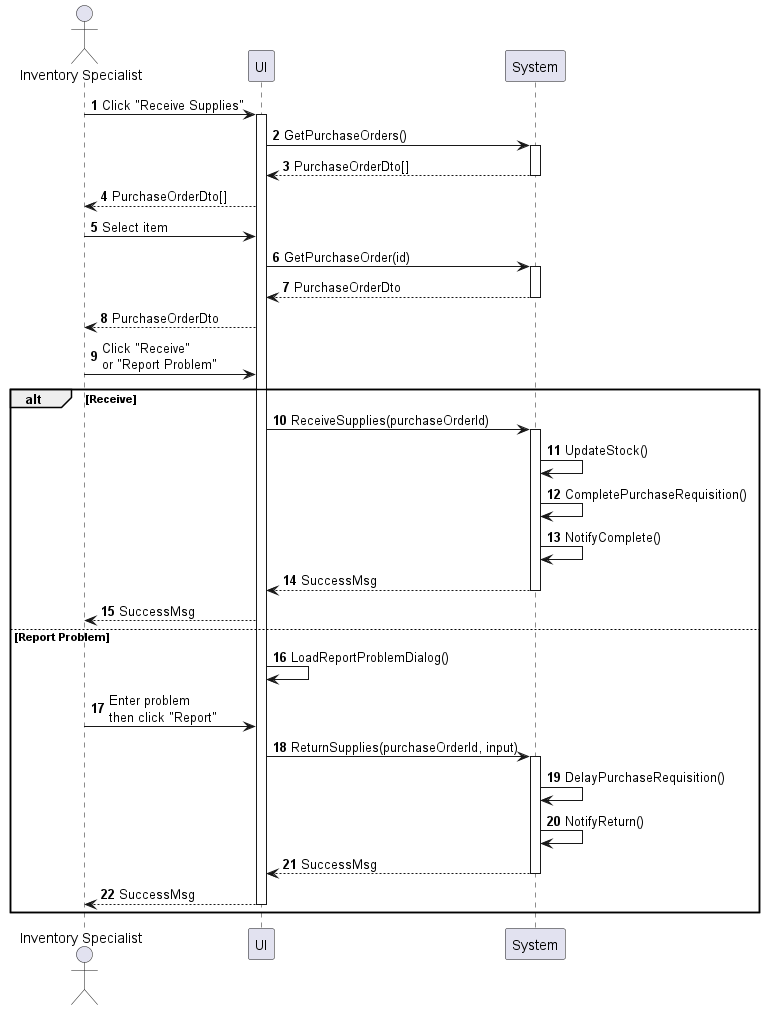
Before: sequences/inventory-supply-receive.png, a diagram exported from PlantUML (phihungha/scmss-reqs).
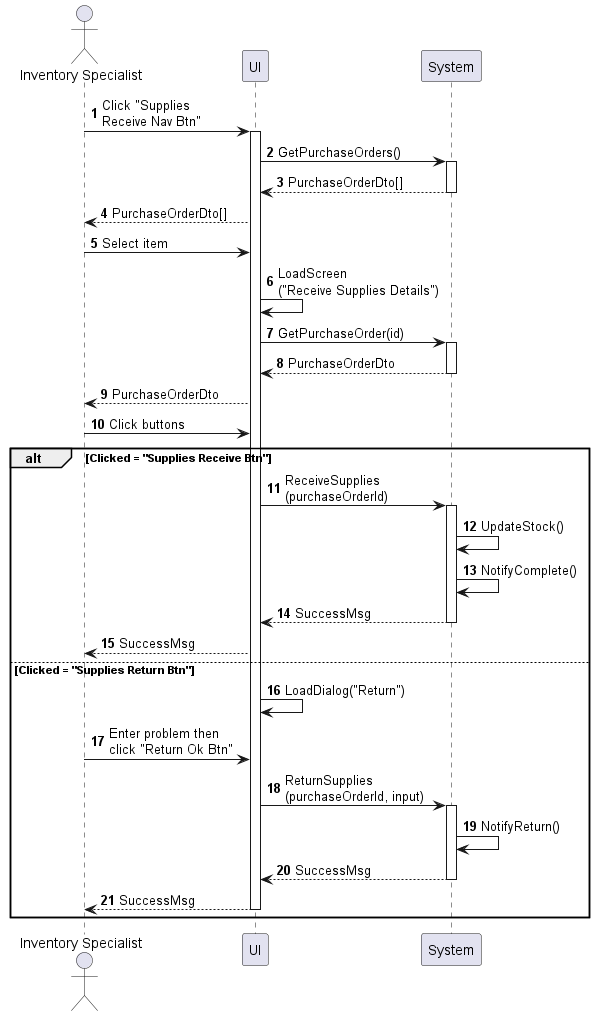
The same file after the commit.

Diff of the diagram source:
```diff
@@ -5,33 +5,32 @@
 participant UI as f
 participant System as b
 
-a -> f : Click "Receive Supplies"
+a -> f : Click "Supplies\nReceive Nav Btn"
 activate f
 f -> b : GetPurchaseOrders()
 activate b
 return PurchaseOrderDto[]
 f --> a : PurchaseOrderDto[]
 a -> f : Select item
+f -> f : LoadScreen\n("Receive Supplies Details")
 f -> b : GetPurchaseOrder(id)
 activate b
 return PurchaseOrderDto
 f --> a : PurchaseOrderDto
-a -> f : Click "Receive"\nor "Report Problem"
+a -> f : Click buttons
 
-alt Receive
-    f -> b : ReceiveSupplies(purchaseOrderId)
+alt Clicked = "Supplies Receive Btn"
+    f -> b : ReceiveSupplies\n(purchaseOrderId)
     activate b
     b -> b : UpdateStock()
-    b -> b : CompletePurchaseRequisition()
     b -> b : NotifyComplete()
     return SuccessMsg
     f --> a : SuccessMsg
-else Report Problem
-    f -> f : LoadReportProblemDialog()
-    a -> f : Enter problem\nthen click "Report"
-    f -> b : ReturnSupplies(purchaseOrderId, input)
+else Clicked = "Supplies Return Btn"
+    f -> f : LoadDialog("Return")
+    a -> f : Enter problem then\nclick "Return Ok Btn"
+    f -> b : ReturnSupplies\n(purchaseOrderId, input)
     activate b
-    b -> b : DelayPurchaseRequisition()
     b -> b : NotifyReturn()
     return SuccessMsg
     f --> a : SuccessMsg
```
